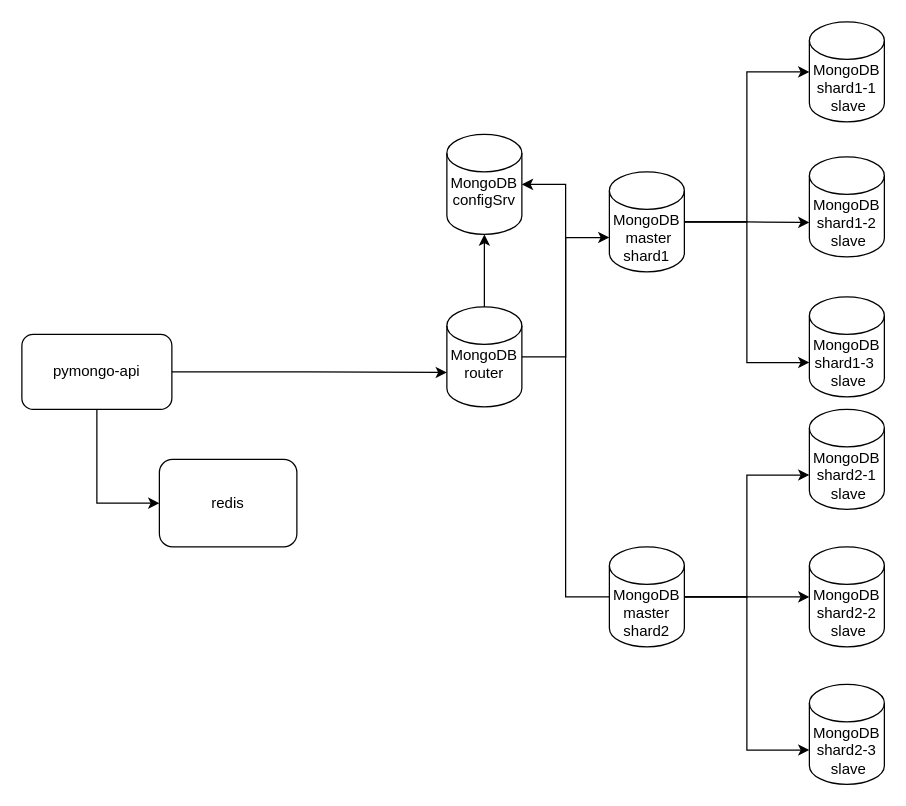
Above: task1/task1_3.drawio in aleksey6150-2/architecture-pro-black_friday (draw.io), before the change. Source tidied: cells renumbered, new cells numbered last; positions are measured from the earlier drawing's top-left corner, leaving out a move shared by most shapes. Both pictures are drawn from the tidied source at 125%, with x=0, y=0 at pixel (21, 21).
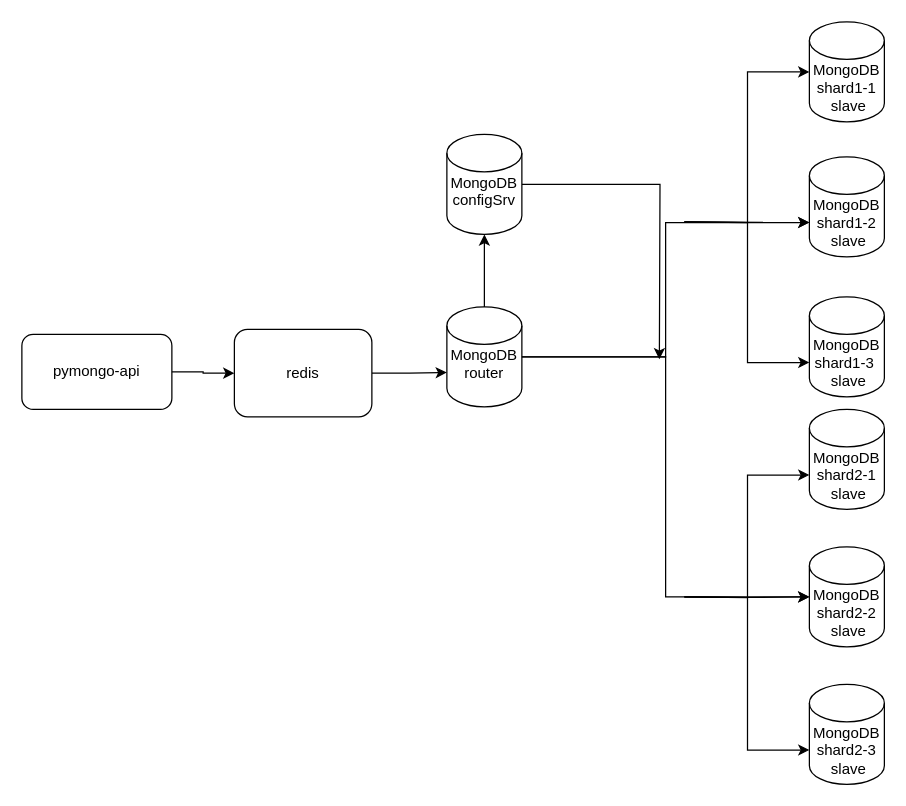
After the change.

The change refers to these unchanged cells:
```xml
<mxCell id="4" value="pymongo-api" style="rounded=1;whiteSpace=wrap;html=1;" parent="1" vertex="1">
  <mxGeometry y="250" width="120" height="60" as="geometry" />
</mxCell>
<mxCell id="6" value="MongoDB configSrv&lt;div&gt;&lt;br&gt;&lt;/div&gt;" style="shape=cylinder3;whiteSpace=wrap;html=1;boundedLbl=1;backgroundOutline=1;size=15;" parent="1" vertex="1">
  <mxGeometry x="340" y="90" width="60" height="80" as="geometry" />
</mxCell>
<mxCell id="7" value="MongoDB router&lt;div&gt;&lt;br&gt;&lt;/div&gt;" style="shape=cylinder3;whiteSpace=wrap;html=1;boundedLbl=1;backgroundOutline=1;size=15;" parent="1" vertex="1">
  <mxGeometry x="340" y="228" width="60" height="80" as="geometry" />
</mxCell>
<mxCell id="12" value="MongoDB&lt;br&gt;&lt;div&gt;&lt;span style=&quot;background-color: transparent; color: light-dark(rgb(0, 0, 0), rgb(255, 255, 255));&quot;&gt;shard1-1&lt;/span&gt;&lt;/div&gt;&lt;div&gt;&amp;nbsp;slave&lt;/div&gt;" style="shape=cylinder3;whiteSpace=wrap;html=1;boundedLbl=1;backgroundOutline=1;size=15;" parent="1" vertex="1">
  <mxGeometry x="630" width="60" height="80" as="geometry" />
</mxCell>
<mxCell id="13" value="MongoDB&lt;br&gt;&lt;div&gt;&lt;span style=&quot;background-color: transparent; color: light-dark(rgb(0, 0, 0), rgb(255, 255, 255));&quot;&gt;shard1-2&lt;/span&gt;&lt;/div&gt;&lt;div&gt;&amp;nbsp;slave&lt;/div&gt;" style="shape=cylinder3;whiteSpace=wrap;html=1;boundedLbl=1;backgroundOutline=1;size=15;" parent="1" vertex="1">
  <mxGeometry x="630" y="108" width="60" height="80" as="geometry" />
</mxCell>
<mxCell id="14" value="MongoDB shard1-3&amp;nbsp;&lt;div&gt;&amp;nbsp;slave&lt;/div&gt;" style="shape=cylinder3;whiteSpace=wrap;html=1;boundedLbl=1;backgroundOutline=1;size=15;" parent="1" vertex="1">
  <mxGeometry x="630" y="220" width="60" height="80" as="geometry" />
</mxCell>
<mxCell id="18" value="MongoDB&lt;br&gt;&lt;div&gt;&lt;span style=&quot;background-color: transparent; color: light-dark(rgb(0, 0, 0), rgb(255, 255, 255));&quot;&gt;shard2-1&lt;/span&gt;&lt;/div&gt;&lt;div&gt;&amp;nbsp;slave&lt;/div&gt;" style="shape=cylinder3;whiteSpace=wrap;html=1;boundedLbl=1;backgroundOutline=1;size=15;" parent="1" vertex="1">
  <mxGeometry x="630" y="310" width="60" height="80" as="geometry" />
</mxCell>
<mxCell id="19" value="MongoDB shard2-2&lt;div&gt;&amp;nbsp;slave&lt;/div&gt;" style="shape=cylinder3;whiteSpace=wrap;html=1;boundedLbl=1;backgroundOutline=1;size=15;" parent="1" vertex="1">
  <mxGeometry x="630" y="420" width="60" height="80" as="geometry" />
</mxCell>
<mxCell id="20" value="MongoDB shard2-3&lt;div&gt;&amp;nbsp;slave&lt;/div&gt;" style="shape=cylinder3;whiteSpace=wrap;html=1;boundedLbl=1;backgroundOutline=1;size=15;" parent="1" vertex="1">
  <mxGeometry x="630" y="530" width="60" height="80" as="geometry" />
</mxCell>
```

What changed in the source:
```diff
@@
-    <mxCell id="2" value="MongoDB&lt;div&gt;&amp;nbsp;master shard1&lt;/div&gt;" style="shape=cylinder3;whiteSpace=wrap;html=1;boundedLbl=1;backgroundOutline=1;size=15;" parent="1" vertex="1">
-      <mxGeometry x="470" y="120" width="60" height="80" as="geometry" />
-    </mxCell>
-    <mxCell id="3" style="edgeStyle=orthogonalEdgeStyle;rounded=0;jettySize=auto;html=1;entryX=0;entryY=0.5;entryDx=0;entryDy=0;" parent="1" edge="1" source="4" target="24">
-      <mxGeometry relative="1" as="geometry" />
-    </mxCell>
@@
-    <mxCell id="5" value="MongoDB master shard2" style="shape=cylinder3;whiteSpace=wrap;html=1;boundedLbl=1;backgroundOutline=1;size=15;" parent="1" vertex="1">
-      <mxGeometry x="470" y="420" width="60" height="80" as="geometry" />
-    </mxCell>
+    <mxCell id="25" style="edgeStyle=orthogonalEdgeStyle;rounded=0;jettySize=auto;html=1;" parent="1" edge="1" source="6">
+      <mxGeometry relative="1" as="geometry">
+        <mxPoint x="510" y="270" as="targetPoint" />
+      </mxGeometry>
+    </mxCell>
@@
-    <mxCell id="8" style="edgeStyle=orthogonalEdgeStyle;rounded=0;jettySize=auto;html=1;entryX=0;entryY=0;entryDx=0;entryDy=52.5;entryPerimeter=0;" parent="1" edge="1" source="7" target="2">
-      <mxGeometry relative="1" as="geometry" />
-    </mxCell>
-    <mxCell id="9" style="edgeStyle=orthogonalEdgeStyle;rounded=0;jettySize=auto;html=1;entryX=0;entryY=0;entryDx=0;entryDy=52.5;entryPerimeter=0;" parent="1" edge="1" source="4" target="7">
+    <mxCell id="9" style="edgeStyle=orthogonalEdgeStyle;rounded=0;jettySize=auto;html=1;entryX=0;entryY=0;entryDx=0;entryDy=52.5;entryPerimeter=0;" parent="1" edge="1" source="24" target="7">
       <mxGeometry relative="1" as="geometry" />
     </mxCell>
@@
-    <mxCell id="11" style="edgeStyle=orthogonalEdgeStyle;rounded=0;jettySize=auto;html=1;entryX=1;entryY=0.5;entryDx=0;entryDy=0;entryPerimeter=0;" parent="1" edge="1" source="5" target="6">
-      <mxGeometry relative="1" as="geometry" />
-    </mxCell>
@@
-    <mxCell id="15" style="edgeStyle=orthogonalEdgeStyle;rounded=0;jettySize=auto;html=1;entryX=0;entryY=0;entryDx=0;entryDy=52.5;entryPerimeter=0;" parent="1" edge="1" source="2" target="13">
-      <mxGeometry relative="1" as="geometry" />
+    <mxCell id="15" style="edgeStyle=orthogonalEdgeStyle;rounded=0;jettySize=auto;html=1;entryX=0;entryY=0;entryDx=0;entryDy=52.5;entryPerimeter=0;" parent="1" edge="1" target="13">
+      <mxGeometry relative="1" as="geometry">
+        <mxPoint x="530" y="160" as="sourcePoint" />
+      </mxGeometry>
     </mxCell>
-    <mxCell id="16" style="edgeStyle=orthogonalEdgeStyle;rounded=0;jettySize=auto;html=1;entryX=0;entryY=0;entryDx=0;entryDy=52.5;entryPerimeter=0;" parent="1" edge="1" source="2" target="14">
-      <mxGeometry relative="1" as="geometry" />
+    <mxCell id="16" style="edgeStyle=orthogonalEdgeStyle;rounded=0;jettySize=auto;html=1;entryX=0;entryY=0;entryDx=0;entryDy=52.5;entryPerimeter=0;" parent="1" edge="1" target="14">
+      <mxGeometry relative="1" as="geometry">
+        <mxPoint x="530" y="160" as="sourcePoint" />
+      </mxGeometry>
     </mxCell>
-    <mxCell id="17" style="edgeStyle=orthogonalEdgeStyle;rounded=0;jettySize=auto;html=1;entryX=0;entryY=0.5;entryDx=0;entryDy=0;entryPerimeter=0;" parent="1" edge="1" source="2" target="12">
-      <mxGeometry relative="1" as="geometry" />
+    <mxCell id="17" style="edgeStyle=orthogonalEdgeStyle;rounded=0;jettySize=auto;html=1;entryX=0;entryY=0.5;entryDx=0;entryDy=0;entryPerimeter=0;" parent="1" edge="1" target="12">
+      <mxGeometry relative="1" as="geometry">
+        <mxPoint x="530" y="160" as="sourcePoint" />
+      </mxGeometry>
     </mxCell>
@@
-    <mxCell id="21" style="edgeStyle=orthogonalEdgeStyle;rounded=0;jettySize=auto;html=1;entryX=0;entryY=0.5;entryDx=0;entryDy=0;entryPerimeter=0;" parent="1" edge="1" source="5" target="19">
-      <mxGeometry relative="1" as="geometry" />
+    <mxCell id="21" style="edgeStyle=orthogonalEdgeStyle;rounded=0;jettySize=auto;html=1;entryX=0;entryY=0.5;entryDx=0;entryDy=0;entryPerimeter=0;" parent="1" edge="1" target="19">
+      <mxGeometry relative="1" as="geometry">
+        <mxPoint x="530" y="460" as="sourcePoint" />
+      </mxGeometry>
     </mxCell>
-    <mxCell id="22" style="edgeStyle=orthogonalEdgeStyle;rounded=0;jettySize=auto;html=1;entryX=0;entryY=0;entryDx=0;entryDy=52.5;entryPerimeter=0;" parent="1" edge="1" source="5" target="18">
-      <mxGeometry relative="1" as="geometry" />
+    <mxCell id="22" style="edgeStyle=orthogonalEdgeStyle;rounded=0;jettySize=auto;html=1;entryX=0;entryY=0;entryDx=0;entryDy=52.5;entryPerimeter=0;" parent="1" edge="1" target="18">
+      <mxGeometry relative="1" as="geometry">
+        <mxPoint x="530" y="460" as="sourcePoint" />
+      </mxGeometry>
     </mxCell>
-    <mxCell id="23" style="edgeStyle=orthogonalEdgeStyle;rounded=0;jettySize=auto;html=1;entryX=0;entryY=0;entryDx=0;entryDy=52.5;entryPerimeter=0;" parent="1" edge="1" source="5" target="20">
-      <mxGeometry relative="1" as="geometry" />
+    <mxCell id="23" style="edgeStyle=orthogonalEdgeStyle;rounded=0;jettySize=auto;html=1;entryX=0;entryY=0;entryDx=0;entryDy=52.5;entryPerimeter=0;" parent="1" edge="1" target="20">
+      <mxGeometry relative="1" as="geometry">
+        <mxPoint x="530" y="460" as="sourcePoint" />
+      </mxGeometry>
     </mxCell>
+    <mxCell id="3" style="edgeStyle=orthogonalEdgeStyle;rounded=0;jettySize=auto;html=1;entryX=0;entryY=0.5;entryDx=0;entryDy=0;" parent="1" edge="1" source="4" target="24">
+      <mxGeometry relative="1" as="geometry" />
+    </mxCell>
     <mxCell id="24" value="redis" style="rounded=1;whiteSpace=wrap;html=1;" parent="1" vertex="1">
-      <mxGeometry x="110" y="350" width="110" height="70" as="geometry" />
+      <mxGeometry x="170" y="246" width="110" height="70" as="geometry" />
     </mxCell>
+    <mxCell id="26" style="edgeStyle=orthogonalEdgeStyle;rounded=0;jettySize=auto;html=1;entryX=0;entryY=0;entryDx=0;entryDy=52.5;entryPerimeter=0;" parent="1" edge="1" source="7" target="13">
+      <mxGeometry relative="1" as="geometry">
+        <Array as="points">
+          <mxPoint x="515" y="268" />
+          <mxPoint x="515" y="161" />
+        </Array>
+      </mxGeometry>
+    </mxCell>
+    <mxCell id="27" style="edgeStyle=orthogonalEdgeStyle;rounded=0;jettySize=auto;html=1;entryX=0;entryY=0.5;entryDx=0;entryDy=0;entryPerimeter=0;" parent="1" edge="1" source="7" target="19">
+      <mxGeometry relative="1" as="geometry" />
+    </mxCell>
```
